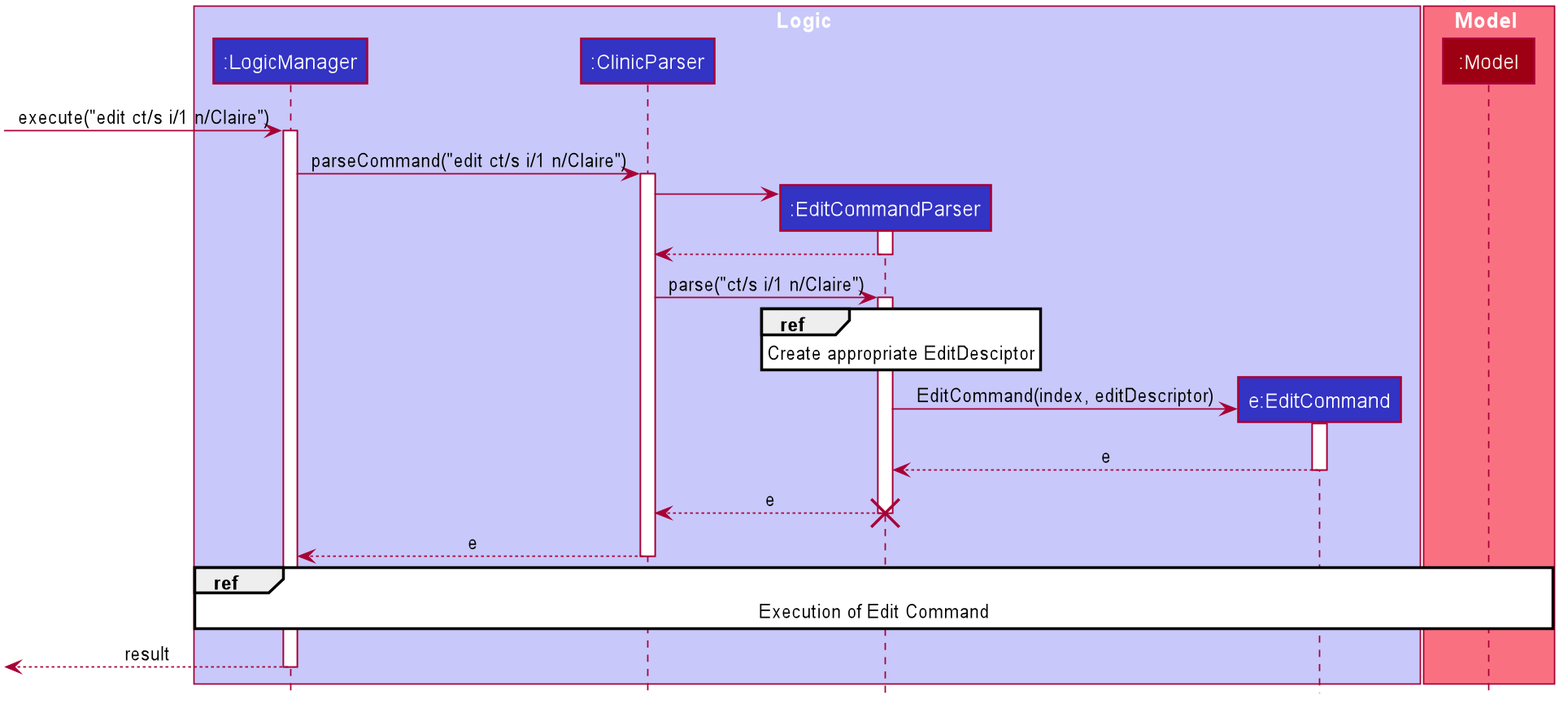
Earlier version of the PlantUML export docs/images/EditCommandSequenceDiagram.png (tohyuting/tp).
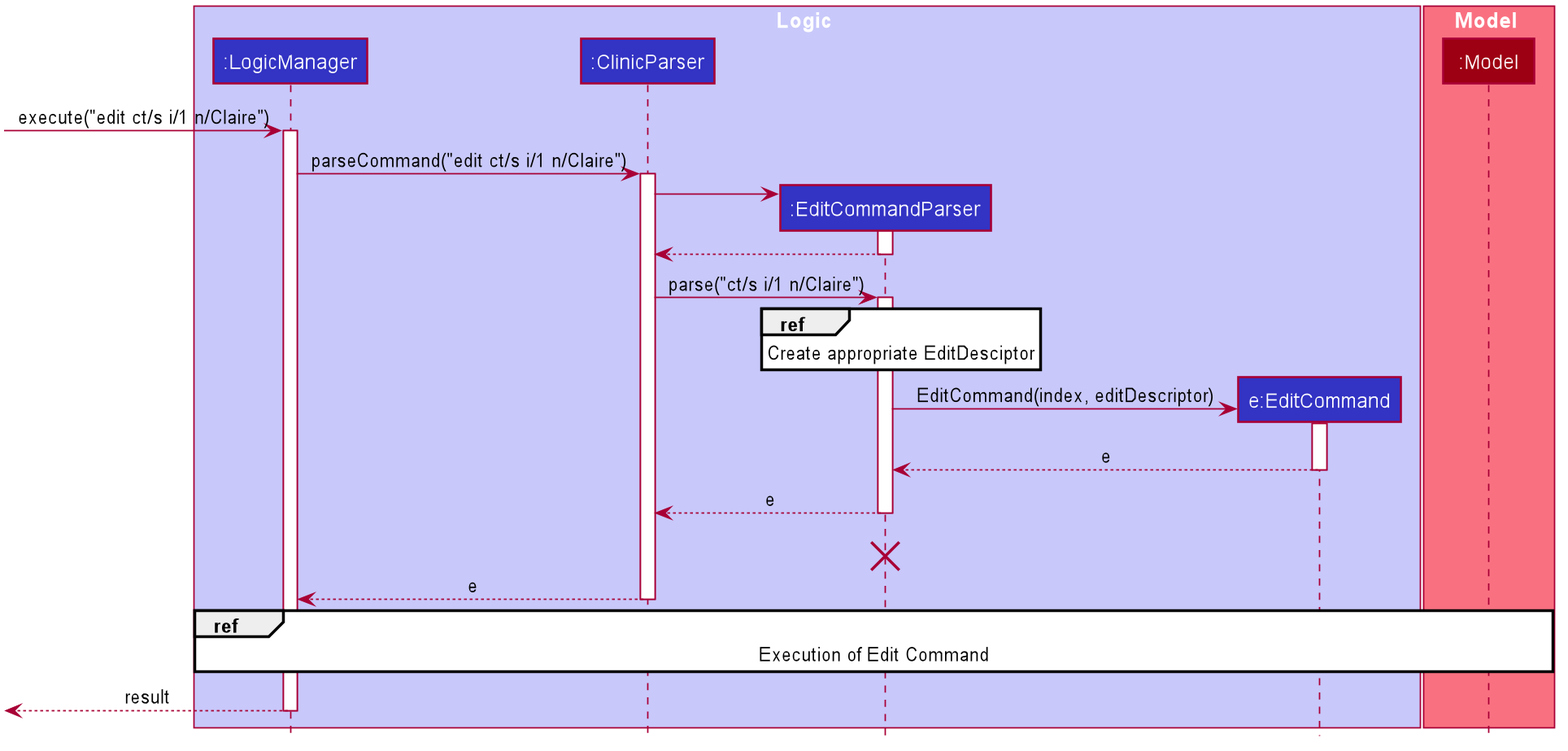
After the change.

Commit message:
Update Sequence Diagram and Model write up

Diff of the diagram source:
```diff
@@ -85,7 +85,8 @@
 EditCommand --> EditCommandParser : e
 deactivate EditCommand
 EditCommandParser --> ClinicParser : e
-
+deactivate EditCommandParser
+EditCommandParser -[hidden]-> ClinicParser : e
 destroy EditCommandParser
 
 ClinicParser --> LogicManager : e
```
